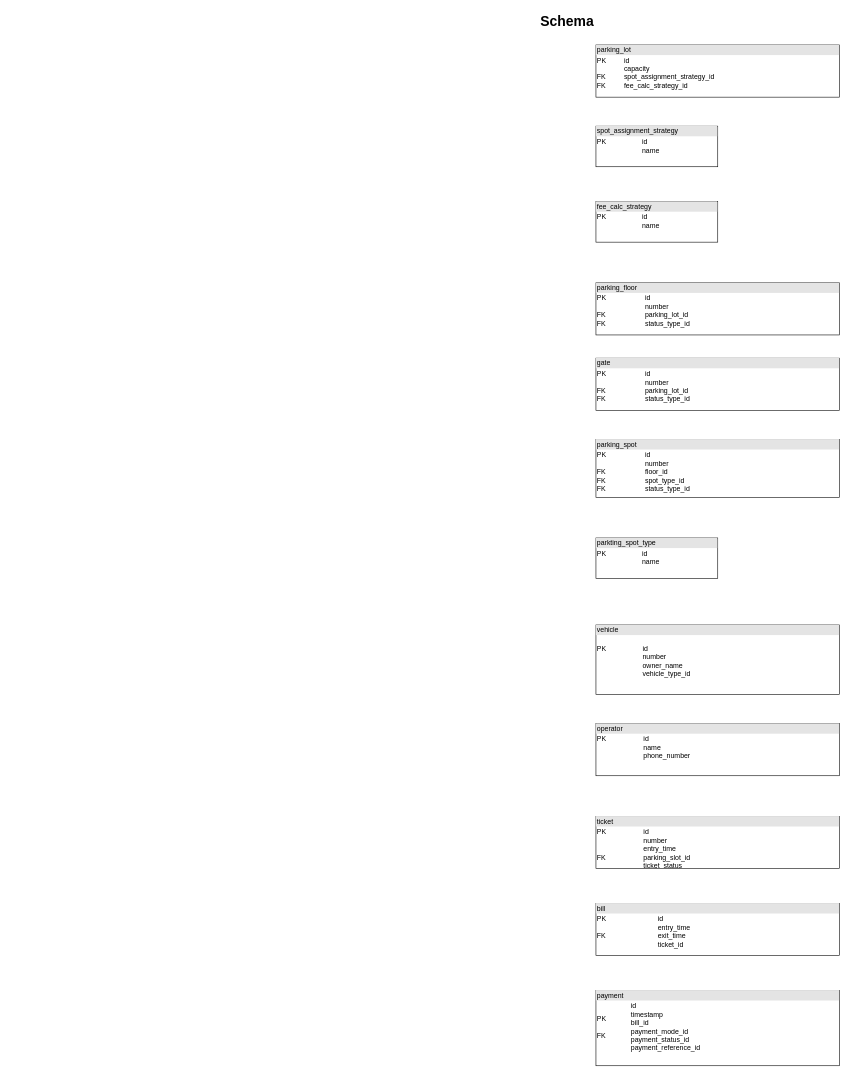
Earlier version of the draw.io diagram src/main/java/parkinglot/resources/parking-lot.drawio (ranchauh/lld). Source tidied: cells renumbered, new cells numbered last; positions are measured from the earlier drawing's top-left corner, leaving out a move shared by most shapes. Both pictures are drawn from the tidied source at 58%, with x=0, y=0 at pixel (538, 10).
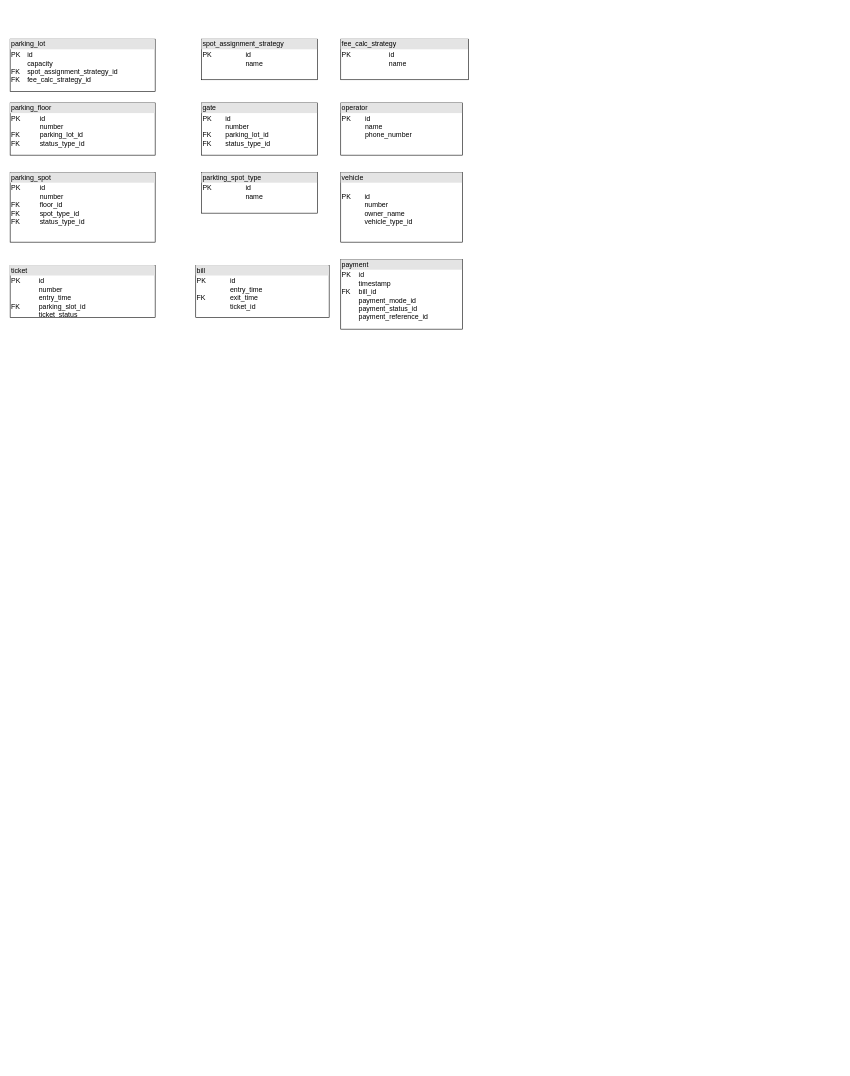
After the change.

Commit message (it also covers changes not shown here):
parking-lot implementation

What changed in the source:
```diff
@@
 <mxGraphModel>
   <root>
     <mxCell id="0" />
     <mxCell id="1" parent="0" />
     <mxCell id="2" value="&lt;div style=&quot;box-sizing:border-box;width:100%;background:#e4e4e4;padding:2px;&quot;&gt;parking_lot&lt;/div&gt;&lt;table style=&quot;width:100%;font-size:1em;&quot; cellpadding=&quot;2&quot; cellspacing=&quot;0&quot;&gt;&lt;tbody&gt;&lt;tr&gt;&lt;td&gt;PK&lt;br&gt;&lt;br&gt;FK&lt;br&gt;FK&lt;br&gt;&lt;br&gt;&lt;/td&gt;&lt;td&gt;id&lt;br&gt;capacity&lt;br&gt;spot_assignment_strategy_id&lt;br&gt;fee_calc_strategy_id&lt;br&gt;&lt;br&gt;&lt;/td&gt;&lt;/tr&gt;&lt;/tbody&gt;&lt;/table&gt;" style="verticalAlign=top;align=left;overflow=fill;html=1;whiteSpace=wrap;" parent="1" vertex="1">
-      <mxGeometry x="100" y="60" width="420" height="90" as="geometry" />
+      <mxGeometry x="-910" y="50" width="250" height="90" as="geometry" />
     </mxCell>
     <mxCell id="3" value="&lt;div style=&quot;box-sizing:border-box;width:100%;background:#e4e4e4;padding:2px;&quot;&gt;parking_floor&lt;/div&gt;&lt;table style=&quot;width:100%;font-size:1em;&quot; cellpadding=&quot;2&quot; cellspacing=&quot;0&quot;&gt;&lt;tbody&gt;&lt;tr&gt;&lt;td&gt;PK&lt;br&gt;&lt;br&gt;FK&lt;br&gt;FK&lt;br&gt;&lt;br&gt;&lt;/td&gt;&lt;td&gt;id&lt;br&gt;number&lt;br&gt;parking_lot_id&lt;br&gt;status_type_id&lt;br&gt;&lt;br&gt;&lt;/td&gt;&lt;/tr&gt;&lt;/tbody&gt;&lt;/table&gt;" style="verticalAlign=top;align=left;overflow=fill;html=1;whiteSpace=wrap;" parent="1" vertex="1">
-      <mxGeometry x="100" y="470" width="420" height="90" as="geometry" />
+      <mxGeometry x="-910" y="160" width="250" height="90" as="geometry" />
     </mxCell>
     <mxCell id="4" value="&lt;div style=&quot;box-sizing:border-box;width:100%;background:#e4e4e4;padding:2px;&quot;&gt;gate&lt;/div&gt;&lt;table style=&quot;width:100%;font-size:1em;&quot; cellpadding=&quot;2&quot; cellspacing=&quot;0&quot;&gt;&lt;tbody&gt;&lt;tr&gt;&lt;td&gt;PK&lt;br&gt;&lt;br&gt;FK&lt;br&gt;FK&lt;br&gt;&lt;br&gt;&lt;/td&gt;&lt;td&gt;id&lt;br&gt;number&lt;br&gt;parking_lot_id&lt;br&gt;status_type_id&lt;br&gt;&lt;br&gt;&lt;/td&gt;&lt;/tr&gt;&lt;/tbody&gt;&lt;/table&gt;" style="verticalAlign=top;align=left;overflow=fill;html=1;whiteSpace=wrap;" parent="1" vertex="1">
-      <mxGeometry x="100" y="600" width="420" height="90" as="geometry" />
+      <mxGeometry x="-580" y="160" width="200" height="90" as="geometry" />
     </mxCell>
     <mxCell id="5" value="&lt;div style=&quot;box-sizing:border-box;width:100%;background:#e4e4e4;padding:2px;&quot;&gt;parking_spot&lt;/div&gt;&lt;table style=&quot;width:100%;font-size:1em;&quot; cellpadding=&quot;2&quot; cellspacing=&quot;0&quot;&gt;&lt;tbody&gt;&lt;tr&gt;&lt;td&gt;PK&lt;br&gt;&lt;br&gt;FK&lt;br&gt;FK&lt;br&gt;FK&lt;br&gt;&lt;br&gt;&lt;/td&gt;&lt;td&gt;id&lt;br&gt;number&lt;br&gt;floor_id&lt;br&gt;spot_type_id&lt;br&gt;status_type_id&lt;br&gt;&lt;br&gt;&lt;/td&gt;&lt;/tr&gt;&lt;/tbody&gt;&lt;/table&gt;" style="verticalAlign=top;align=left;overflow=fill;html=1;whiteSpace=wrap;" parent="1" vertex="1">
-      <mxGeometry x="100" y="740" width="420" height="100" as="geometry" />
+      <mxGeometry x="-910" y="280" width="250" height="120" as="geometry" />
     </mxCell>
     <mxCell id="6" value="&lt;div style=&quot;box-sizing:border-box;width:100%;background:#e4e4e4;padding:2px;&quot;&gt;vehicle&lt;/div&gt;&lt;table style=&quot;width:100%;font-size:1em;&quot; cellpadding=&quot;2&quot; cellspacing=&quot;0&quot;&gt;&lt;tbody&gt;&lt;tr&gt;&lt;td&gt;PK&lt;br&gt;&lt;br&gt;&lt;br&gt;&lt;br&gt;&lt;br&gt;&lt;br&gt;&lt;/td&gt;&lt;td&gt;&lt;br&gt;id&lt;br&gt;number&lt;br&gt;owner_name&lt;br&gt;vehicle_type_id&lt;br&gt;&lt;br&gt;&lt;br&gt;&lt;br&gt;&lt;/td&gt;&lt;/tr&gt;&lt;/tbody&gt;&lt;/table&gt;" style="verticalAlign=top;align=left;overflow=fill;html=1;whiteSpace=wrap;" parent="1" vertex="1">
-      <mxGeometry x="100" y="1060" width="420" height="120" as="geometry" />
+      <mxGeometry x="-340" y="280" width="210" height="120" as="geometry" />
     </mxCell>
     <mxCell id="7" value="&lt;div style=&quot;box-sizing:border-box;width:100%;background:#e4e4e4;padding:2px;&quot;&gt;operator&lt;/div&gt;&lt;table style=&quot;width:100%;font-size:1em;&quot; cellpadding=&quot;2&quot; cellspacing=&quot;0&quot;&gt;&lt;tbody&gt;&lt;tr&gt;&lt;td&gt;PK&lt;br&gt;&lt;br&gt;&lt;br&gt;&lt;br&gt;&lt;br&gt;&lt;/td&gt;&lt;td&gt;id&lt;br&gt;name&lt;br&gt;phone_number&lt;br&gt;&lt;br&gt;&lt;br&gt;&lt;/td&gt;&lt;/tr&gt;&lt;/tbody&gt;&lt;/table&gt;" style="verticalAlign=top;align=left;overflow=fill;html=1;whiteSpace=wrap;" parent="1" vertex="1">
-      <mxGeometry x="100" y="1230" width="420" height="90" as="geometry" />
+      <mxGeometry x="-340" y="160" width="210" height="90" as="geometry" />
     </mxCell>
     <mxCell id="8" value="&lt;div style=&quot;box-sizing:border-box;width:100%;background:#e4e4e4;padding:2px;&quot;&gt;ticket&lt;/div&gt;&lt;table style=&quot;width:100%;font-size:1em;&quot; cellpadding=&quot;2&quot; cellspacing=&quot;0&quot;&gt;&lt;tbody&gt;&lt;tr&gt;&lt;td&gt;PK&lt;br&gt;&lt;br&gt;&lt;br&gt;FK&lt;br&gt;&lt;br&gt;&lt;br&gt;&lt;br&gt;&lt;/td&gt;&lt;td&gt;id&lt;br&gt;number&lt;br&gt;entry_time&lt;br&gt;parking_slot_id&lt;br&gt;ticket_status&lt;br&gt;&lt;br&gt;&lt;br&gt;&lt;/td&gt;&lt;/tr&gt;&lt;/tbody&gt;&lt;/table&gt;" style="verticalAlign=top;align=left;overflow=fill;html=1;whiteSpace=wrap;" parent="1" vertex="1">
-      <mxGeometry x="100" y="1390" width="420" height="90" as="geometry" />
+      <mxGeometry x="-910" y="440" width="250" height="90" as="geometry" />
     </mxCell>
     <mxCell id="9" value="&lt;div style=&quot;box-sizing:border-box;width:100%;background:#e4e4e4;padding:2px;&quot;&gt;bill&lt;/div&gt;&lt;table style=&quot;width:100%;font-size:1em;&quot; cellpadding=&quot;2&quot; cellspacing=&quot;0&quot;&gt;&lt;tbody&gt;&lt;tr&gt;&lt;td&gt;PK&lt;br&gt;&lt;br&gt;FK&lt;br&gt;&lt;br&gt;&lt;br&gt;&lt;br&gt;&lt;/td&gt;&lt;td&gt;id&lt;br&gt;entry_time&lt;br&gt;exit_time&lt;br&gt;ticket_id&lt;br&gt;&lt;br&gt;&lt;br&gt;&lt;/td&gt;&lt;/tr&gt;&lt;/tbody&gt;&lt;/table&gt;" style="verticalAlign=top;align=left;overflow=fill;html=1;whiteSpace=wrap;" parent="1" vertex="1">
-      <mxGeometry x="100" y="1540" width="420" height="90" as="geometry" />
+      <mxGeometry x="-590" y="440" width="230" height="90" as="geometry" />
     </mxCell>
-    <mxCell id="10" value="&lt;div style=&quot;box-sizing:border-box;width:100%;background:#e4e4e4;padding:2px;&quot;&gt;payment&lt;/div&gt;&lt;table style=&quot;width:100%;font-size:1em;&quot; cellpadding=&quot;2&quot; cellspacing=&quot;0&quot;&gt;&lt;tbody&gt;&lt;tr&gt;&lt;td&gt;PK&lt;br&gt;&lt;br&gt;FK&lt;br&gt;&lt;br&gt;&lt;br&gt;&lt;br&gt;&lt;/td&gt;&lt;td&gt;id&lt;br&gt;timestamp&lt;br&gt;bill_id&lt;br&gt;payment_mode_id&lt;br&gt;payment_status_id&lt;br&gt;payment_reference_id&lt;br&gt;&lt;br&gt;&lt;br&gt;&lt;br&gt;&lt;/td&gt;&lt;/tr&gt;&lt;/tbody&gt;&lt;/table&gt;" style="verticalAlign=top;align=left;overflow=fill;html=1;whiteSpace=wrap;" parent="1" vertex="1">
-      <mxGeometry x="100" y="1690" width="420" height="130" as="geometry" />
+    <mxCell id="10" value="&lt;div style=&quot;box-sizing:border-box;width:100%;background:#e4e4e4;padding:2px;&quot;&gt;payment&lt;/div&gt;&lt;table style=&quot;width:100%;font-size:1em;&quot; cellpadding=&quot;2&quot; cellspacing=&quot;0&quot;&gt;&lt;tbody&gt;&lt;tr&gt;&lt;td&gt;PK&lt;br&gt;&lt;br&gt;FK&lt;br&gt;&lt;br&gt;&lt;br&gt;&lt;br&gt;&lt;br&gt;&lt;br&gt;&lt;br&gt;&lt;/td&gt;&lt;td&gt;id&lt;br&gt;timestamp&lt;br&gt;bill_id&lt;br&gt;payment_mode_id&lt;br&gt;payment_status_id&lt;br&gt;payment_reference_id&lt;br&gt;&lt;br&gt;&lt;br&gt;&lt;br&gt;&lt;/td&gt;&lt;/tr&gt;&lt;/tbody&gt;&lt;/table&gt;" style="verticalAlign=top;align=left;overflow=fill;html=1;whiteSpace=wrap;" parent="1" vertex="1">
+      <mxGeometry x="-340" y="430" width="210" height="120" as="geometry" />
     </mxCell>
     <mxCell id="11" value="&lt;div style=&quot;box-sizing:border-box;width:100%;background:#e4e4e4;padding:2px;&quot;&gt;spot_assignment_strategy&lt;/div&gt;&lt;table style=&quot;width:100%;font-size:1em;&quot; cellpadding=&quot;2&quot; cellspacing=&quot;0&quot;&gt;&lt;tbody&gt;&lt;tr&gt;&lt;td&gt;PK&lt;br&gt;&lt;br&gt;&lt;br&gt;&lt;/td&gt;&lt;td&gt;id&lt;br&gt;name&lt;br&gt;&lt;br&gt;&lt;/td&gt;&lt;/tr&gt;&lt;/tbody&gt;&lt;/table&gt;" style="verticalAlign=top;align=left;overflow=fill;html=1;whiteSpace=wrap;" parent="1" vertex="1">
-      <mxGeometry x="100" y="200" width="210" height="70" as="geometry" />
+      <mxGeometry x="-580" y="50" width="200" height="70" as="geometry" />
     </mxCell>
     <mxCell id="12" value="&lt;div style=&quot;box-sizing:border-box;width:100%;background:#e4e4e4;padding:2px;&quot;&gt;fee_calc_strategy&lt;/div&gt;&lt;table style=&quot;width:100%;font-size:1em;&quot; cellpadding=&quot;2&quot; cellspacing=&quot;0&quot;&gt;&lt;tbody&gt;&lt;tr&gt;&lt;td&gt;PK&lt;br&gt;&lt;br&gt;&lt;br&gt;&lt;/td&gt;&lt;td&gt;id&lt;br&gt;name&lt;br&gt;&lt;br&gt;&lt;/td&gt;&lt;/tr&gt;&lt;/tbody&gt;&lt;/table&gt;" style="verticalAlign=top;align=left;overflow=fill;html=1;whiteSpace=wrap;" parent="1" vertex="1">
-      <mxGeometry x="100" y="330" width="210" height="70" as="geometry" />
+      <mxGeometry x="-340" y="50" width="220" height="70" as="geometry" />
     </mxCell>
     <mxCell id="13" value="&lt;div style=&quot;box-sizing:border-box;width:100%;background:#e4e4e4;padding:2px;&quot;&gt;parkting_spot_type&lt;/div&gt;&lt;table style=&quot;width:100%;font-size:1em;&quot; cellpadding=&quot;2&quot; cellspacing=&quot;0&quot;&gt;&lt;tbody&gt;&lt;tr&gt;&lt;td&gt;PK&lt;br&gt;&lt;br&gt;&lt;br&gt;&lt;/td&gt;&lt;td&gt;id&lt;br&gt;name&lt;br&gt;&lt;br&gt;&lt;/td&gt;&lt;/tr&gt;&lt;/tbody&gt;&lt;/table&gt;" style="verticalAlign=top;align=left;overflow=fill;html=1;whiteSpace=wrap;" parent="1" vertex="1">
-      <mxGeometry x="100" y="910" width="210" height="70" as="geometry" />
+      <mxGeometry x="-580" y="280" width="200" height="70" as="geometry" />
     </mxCell>
-    <mxCell id="14" value="Schema" style="text;strokeColor=none;fillColor=none;html=1;fontSize=24;fontStyle=1;verticalAlign=middle;align=center;" parent="1" vertex="1">
-      <mxGeometry width="100" height="40" as="geometry" />
-    </mxCell>
   </root>
 </mxGraphModel>
```
